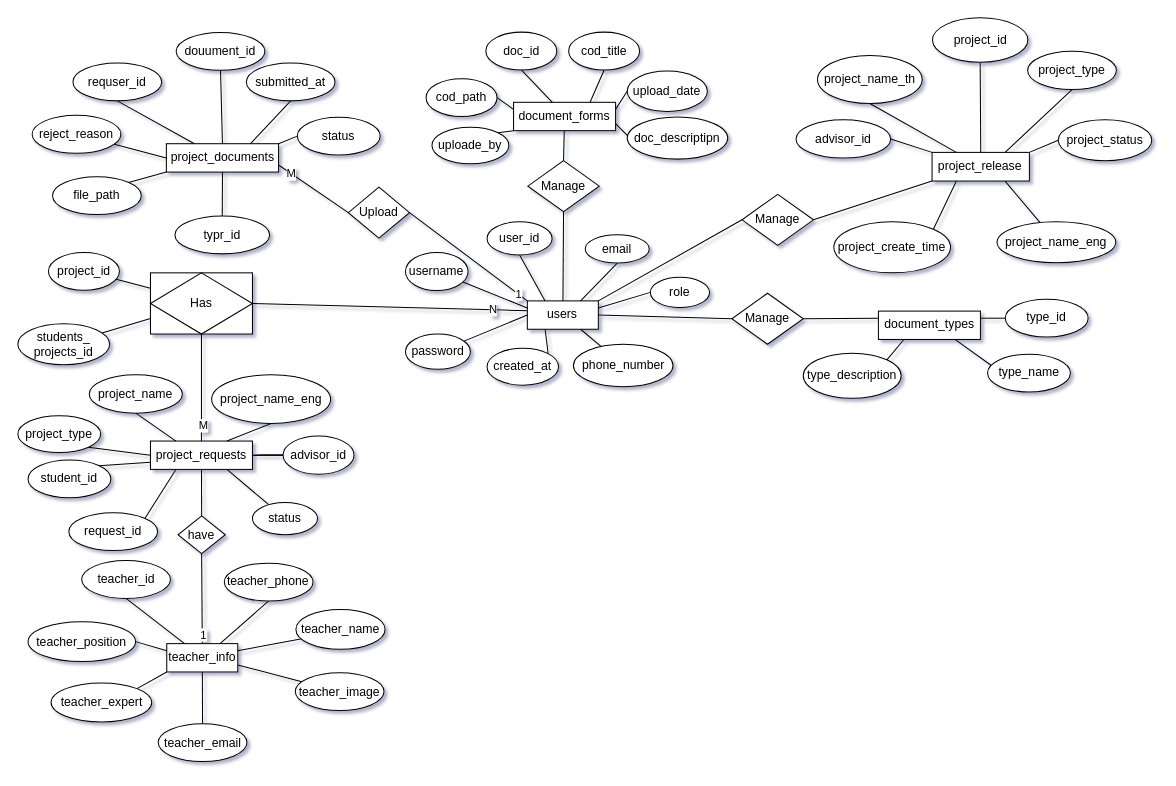
Earlier version of the draw.io diagram ER.drawio (ItsRyS/Diagram-pms). Source tidied: cells renumbered, new cells numbered last; positions are measured from the earlier drawing's top-left corner, leaving out a move shared by most shapes. Both pictures are drawn from the tidied source at 102%, with x=0, y=0 at pixel (17, 17).
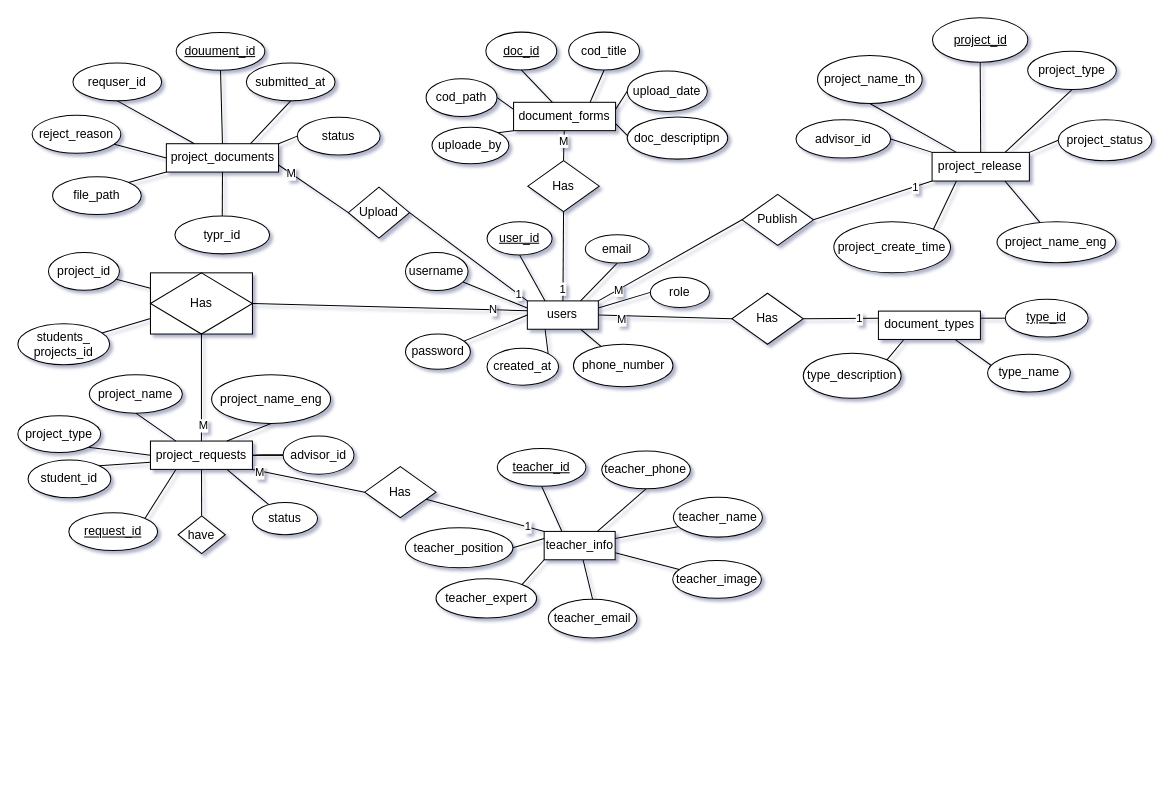
After the change.

Unchanged cells that the change refers to:
```xml
<mxCell id="6" style="group;" parent="1" vertex="1">
  <mxGeometry x="406" y="27.2" width="290" height="120.6" as="geometry" />
</mxCell>
<mxCell id="20" style="group;" parent="1" vertex="1">
  <mxGeometry x="761.7" width="350" height="160" as="geometry" />
</mxCell>
<mxCell id="33" style="group;" parent="32" vertex="1">
  <mxGeometry x="11.6" width="324.9" height="153" as="geometry" />
</mxCell>
<mxCell id="52" style="rounded=0;jettySize=auto;html=1;exitX=0;exitY=0.5;exitDx=0;exitDy=0;entryX=1;entryY=0;entryDx=0;entryDy=0;endArrow=none;endFill=0;" parent="1" edge="1" source="53" target="56">
  <mxGeometry relative="1" as="geometry" />
</mxCell>
<mxCell id="54" style="group;" parent="1" vertex="1">
  <mxGeometry x="382.3" y="180.1" width="324.9" height="190" as="geometry" />
</mxCell>
<mxCell id="70" style="rounded=0;jettySize=auto;html=1;exitX=0.5;exitY=1;exitDx=0;exitDy=0;endArrow=none;endFill=0;" parent="1" edge="1" source="71" target="56">
  <mxGeometry relative="1" as="geometry" />
</mxCell>
<mxCell id="72" style="rounded=0;jettySize=auto;html=1;entryX=0.5;entryY=0;entryDx=0;entryDy=0;endArrow=none;endFill=0;" parent="1" edge="1" source="7" target="71">
  <mxGeometry relative="1" as="geometry" />
</mxCell>
<mxCell id="75" style="rounded=0;jettySize=auto;html=1;exitX=0;exitY=1;exitDx=0;exitDy=0;entryX=1;entryY=0.5;entryDx=0;entryDy=0;endArrow=none;endFill=0;" parent="1" edge="1" source="21" target="53">
  <mxGeometry relative="1" as="geometry" />
</mxCell>
<mxCell id="77" style="group;" parent="76" vertex="1">
  <mxGeometry width="333" height="162.8" as="geometry" />
</mxCell>
<mxCell id="79" value="teacher_info" style="rounded=0;whiteSpace=wrap;" parent="77" vertex="1">
  <mxGeometry x="106" y="83.5" width="69.6" height="27.8" as="geometry" />
</mxCell>
<mxCell id="91" style="rounded=0;jettySize=auto;html=1;exitX=1;exitY=0.5;exitDx=0;exitDy=0;entryX=0;entryY=0.25;entryDx=0;entryDy=0;endArrow=none;endFill=0;" parent="1" edge="1" source="92" target="99">
  <mxGeometry relative="1" as="geometry" />
</mxCell>
<mxCell id="93" style="rounded=0;jettySize=auto;html=1;exitX=1;exitY=0.5;exitDx=0;exitDy=0;entryX=0;entryY=0.5;entryDx=0;entryDy=0;endArrow=none;endFill=0;" parent="1" edge="1" source="56" target="92">
  <mxGeometry relative="1" as="geometry" />
</mxCell>
<mxCell id="98" style="group;" parent="97" vertex="1">
  <mxGeometry x="98.6" y="-115.9" width="185.6" height="39.4" as="geometry" />
</mxCell>
<mxCell id="117" value="project_requests" style="rounded=0;whiteSpace=wrap;" parent="1" vertex="1">
  <mxGeometry x="130" y="414.9" width="100" height="27.8" as="geometry" />
</mxCell>
<mxCell id="132" value="have" style="rhombus;whiteSpace=wrap;html=1;rounded=0;" parent="1" vertex="1">
  <mxGeometry x="157" y="488.2" width="46.4" height="37.1" as="geometry" />
</mxCell>
```

Diff of the diagram source:
```diff
@@
-    <mxCell id="2" style="rounded=0;jettySize=auto;html=1;exitX=0.5;exitY=0;exitDx=0;exitDy=0;endArrow=none;endFill=0;" parent="1" edge="1" source="3" target="79">
-      <mxGeometry relative="1" as="geometry" />
-    </mxCell>
-    <mxCell id="3" value="teacher_email" style="ellipse;whiteSpace=wrap;" parent="1" vertex="1">
-      <mxGeometry x="137.6" y="692" width="87" height="37.1" as="geometry" />
-    </mxCell>
@@
-    <mxCell id="18" value="doc_id" style="ellipse;whiteSpace=wrap;" parent="6" vertex="1">
+    <mxCell id="18" value="doc_id" style="ellipse;whiteSpace=wrap;fontStyle=4;" parent="6" vertex="1">
       <mxGeometry x="52.8" y="-13.2" width="69.6" height="37.1" as="geometry" />
     </mxCell>
@@
-    <mxCell id="31" value="project_id" style="ellipse;whiteSpace=wrap;" parent="20" vertex="1">
+    <mxCell id="31" value="project_id" style="ellipse;whiteSpace=wrap;fontStyle=4;" parent="20" vertex="1">
       <mxGeometry x="135" width="93.5" height="43.5" as="geometry" />
     </mxCell>
@@
-    <mxCell id="42" value="douument_id" style="ellipse;whiteSpace=wrap;" parent="33" vertex="1">
+    <mxCell id="42" value="douument_id" style="ellipse;whiteSpace=wrap;fontStyle=4;" parent="33" vertex="1">
       <mxGeometry x="109.6" y="-11.7" width="87" height="37.1" as="geometry" />
     </mxCell>
@@
+    <mxCell id="135" value="M" style="edgeLabel;html=1;align=center;verticalAlign=middle;" parent="52" vertex="1">
+      <mxGeometry x="0.73" relative="1" as="geometry" />
+    </mxCell>
-    <mxCell id="53" value="Manage" style="rhombus;whiteSpace=wrap;html=1;rounded=0;" parent="1" vertex="1">
+    <mxCell id="53" value="Publish" style="rhombus;whiteSpace=wrap;html=1;rounded=0;" parent="1" vertex="1">
       <mxGeometry x="710" y="173" width="70" height="50" as="geometry" />
     </mxCell>
@@
-    <mxCell id="67" value="user_id" style="ellipse;whiteSpace=wrap;" parent="54" vertex="1">
+    <mxCell id="67" value="user_id" style="ellipse;whiteSpace=wrap;fontStyle=4;" parent="54" vertex="1">
       <mxGeometry x="77.7" y="19.9" width="63.8" height="32.5" as="geometry" />
     </mxCell>
@@
+    <mxCell id="136" value="1" style="edgeLabel;html=1;align=center;verticalAlign=middle;" parent="70" vertex="1">
+      <mxGeometry x="0.74" y="-1" relative="1" as="geometry" />
+    </mxCell>
-    <mxCell id="71" value="Manage" style="rhombus;whiteSpace=wrap;html=1;rounded=0;" parent="1" vertex="1">
+    <mxCell id="71" value="Has" style="rhombus;whiteSpace=wrap;html=1;rounded=0;" parent="1" vertex="1">
       <mxGeometry x="500" y="140" width="70" height="50" as="geometry" />
     </mxCell>
@@
+    <mxCell id="137" value="M" style="edgeLabel;html=1;align=center;verticalAlign=middle;" parent="72" vertex="1">
+      <mxGeometry x="-0.48" y="-1" relative="1" as="geometry">
+        <mxPoint y="2" as="offset" />
+      </mxGeometry>
+    </mxCell>
@@
+    <mxCell id="138" value="1" style="edgeLabel;html=1;align=center;verticalAlign=middle;" parent="75" vertex="1">
+      <mxGeometry x="-0.71" relative="1" as="geometry" />
+    </mxCell>
     <mxCell id="76" style="group;" parent="1" vertex="1">
-      <mxGeometry x="40" y="530" width="333" height="172.1" as="geometry" />
+      <mxGeometry x="410" y="420" width="333" height="188" as="geometry" />
     </mxCell>
@@
     <mxCell id="86" value="teacher_position" style="ellipse;whiteSpace=wrap;" parent="77" vertex="1">
-      <mxGeometry x="-30" y="62" width="105.4" height="39.1" as="geometry" />
+      <mxGeometry x="-30" y="80" width="105.4" height="39.1" as="geometry" />
     </mxCell>
-    <mxCell id="87" style="rounded=0;jettySize=auto;exitX=1;exitY=0;exitDx=0;exitDy=0;entryX=0;entryY=1;entryDx=0;entryDy=0;endArrow=none;endFill=0;" parent="77" edge="1" source="88" target="79">
-      <mxGeometry relative="1" as="geometry" />
-    </mxCell>
-    <mxCell id="88" value="teacher_expert" style="ellipse;whiteSpace=wrap;" parent="77" vertex="1">
-      <mxGeometry x="-7.4" y="122" width="98.6" height="38.4" as="geometry" />
-    </mxCell>
@@
-    <mxCell id="90" value="teacher_id" style="ellipse;whiteSpace=wrap;" parent="77" vertex="1">
-      <mxGeometry x="22.6" y="2.1" width="87" height="37.1" as="geometry" />
+    <mxCell id="90" value="teacher_id" style="ellipse;whiteSpace=wrap;fontStyle=4;" parent="77" vertex="1">
+      <mxGeometry x="60" y="2.1" width="87" height="37.1" as="geometry" />
     </mxCell>
+    <mxCell id="3" value="teacher_email" style="ellipse;whiteSpace=wrap;" parent="76" vertex="1">
+      <mxGeometry x="110" y="150" width="87" height="38" as="geometry" />
+    </mxCell>
+    <mxCell id="2" style="rounded=0;jettySize=auto;html=1;exitX=0.5;exitY=0;exitDx=0;exitDy=0;endArrow=none;endFill=0;" parent="76" edge="1" source="3" target="79">
+      <mxGeometry relative="1" as="geometry" />
+    </mxCell>
@@
+    <mxCell id="139" value="1" style="edgeLabel;html=1;align=center;verticalAlign=middle;" parent="91" vertex="1">
+      <mxGeometry x="0.5" relative="1" as="geometry" />
+    </mxCell>
-    <mxCell id="92" value="Manage" style="rhombus;whiteSpace=wrap;html=1;rounded=0;" parent="1" vertex="1">
+    <mxCell id="92" value="Has" style="rhombus;whiteSpace=wrap;html=1;rounded=0;" parent="1" vertex="1">
       <mxGeometry x="700" y="270" width="70" height="50" as="geometry" />
     </mxCell>
@@
+    <mxCell id="140" value="M" style="edgeLabel;html=1;align=center;verticalAlign=middle;" parent="93" vertex="1">
+      <mxGeometry x="-0.67" y="-3" relative="1" as="geometry" />
+    </mxCell>
@@
-    <mxCell id="101" value="type_id" style="ellipse;whiteSpace=wrap;" parent="98" vertex="1">
+    <mxCell id="101" value="type_id" style="ellipse;whiteSpace=wrap;fontStyle=4;" parent="98" vertex="1">
       <mxGeometry x="104.4" width="81.2" height="37.1" as="geometry" />
     </mxCell>
@@
-    <mxCell id="127" value="request_id" style="ellipse;whiteSpace=wrap;" parent="1" vertex="1">
+    <mxCell id="127" value="request_id" style="ellipse;whiteSpace=wrap;fontStyle=4;" parent="1" vertex="1">
       <mxGeometry x="50" y="485.2" width="87" height="37.1" as="geometry" />
     </mxCell>
@@
-    <mxCell id="133" style="rounded=0;jettySize=auto;html=1;exitX=0.5;exitY=1;exitDx=0;exitDy=0;entryX=0.5;entryY=0;entryDx=0;entryDy=0;endArrow=none;endFill=0;" parent="1" edge="1" source="132" target="79">
+    <mxCell id="133" style="rounded=0;jettySize=auto;html=1;exitX=1;exitY=1;exitDx=0;exitDy=0;endArrow=none;endFill=0;entryX=0;entryY=0.5;entryDx=0;entryDy=0;" parent="1" edge="1" source="117" target="144">
       <mxGeometry relative="1" as="geometry" />
     </mxCell>
-    <mxCell id="134" value="1" style="edgeLabel;html=1;align=center;verticalAlign=middle;" parent="133" vertex="1">
-      <mxGeometry x="0.8" y="1" relative="1" as="geometry" />
-    </mxCell>
+    <mxCell id="141" value="M" style="edgeLabel;html=1;align=center;verticalAlign=middle;" parent="133" vertex="1">
+      <mxGeometry x="-0.87" y="-1" relative="1" as="geometry" />
+    </mxCell>
+    <mxCell id="88" value="teacher_expert" style="ellipse;whiteSpace=wrap;" parent="1" vertex="1">
+      <mxGeometry x="410" y="550" width="98.6" height="38.4" as="geometry" />
+    </mxCell>
+    <mxCell id="87" style="rounded=0;jettySize=auto;exitX=1;exitY=0;exitDx=0;exitDy=0;entryX=0;entryY=1;entryDx=0;entryDy=0;endArrow=none;endFill=0;" parent="1" edge="1" source="88" target="79">
+      <mxGeometry relative="1" as="geometry" />
+    </mxCell>
+    <mxCell id="142" style="rounded=0;jettySize=auto;html=1;entryX=0;entryY=0;entryDx=0;entryDy=0;endArrow=none;endFill=0;" parent="1" edge="1" source="144" target="79">
+      <mxGeometry relative="1" as="geometry" />
+    </mxCell>
+    <mxCell id="143" value="1" style="edgeLabel;html=1;align=center;verticalAlign=middle;" parent="142" vertex="1">
+      <mxGeometry x="0.71" y="1" relative="1" as="geometry" />
+    </mxCell>
+    <mxCell id="144" value="Has" style="rhombus;whiteSpace=wrap;html=1;rounded=0;" parent="1" vertex="1">
+      <mxGeometry x="340" y="440" width="70" height="50" as="geometry" />
+    </mxCell>
```
